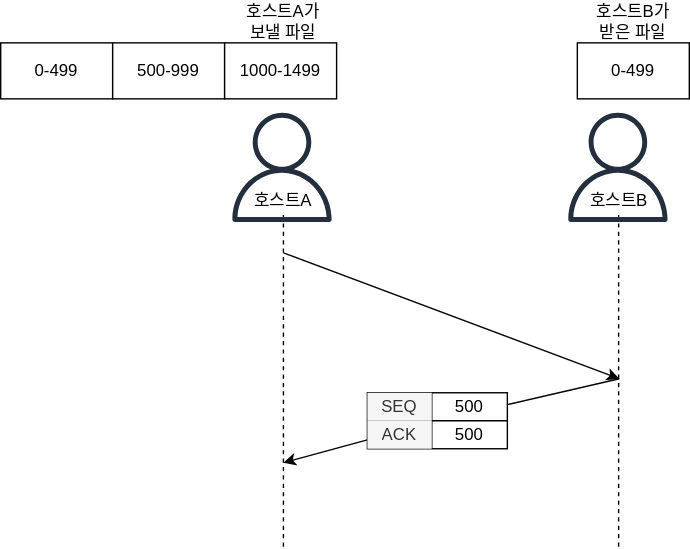
The draw.io diagram 18/yongki/assets/ack-number.drawio.svg in cs-study-org/cs-study, before a commit. Source tidied: cells renumbered, new cells last; positions are measured from the earlier drawing's top-left corner, leaving out a move shared by most shapes. Source of this version:
```xml
<mxGraphModel>
  <root>
    <mxCell id="0" />
    <mxCell id="1" parent="0" />
    <mxCell id="2" style="endArrow=none;dashed=1;html=1;" parent="1" edge="1">
      <mxGeometry relative="1" as="geometry">
        <mxPoint x="202" y="390" as="sourcePoint" />
        <mxPoint x="202" y="150" as="targetPoint" />
      </mxGeometry>
    </mxCell>
    <mxCell id="3" style="endArrow=none;dashed=1;html=1;" parent="1" edge="1">
      <mxGeometry relative="1" as="geometry">
        <mxPoint x="441.5" y="390" as="sourcePoint" />
        <mxPoint x="441.5" y="150" as="targetPoint" />
      </mxGeometry>
    </mxCell>
    <mxCell id="4" value="0-499" style="rounded=0;whiteSpace=wrap;html=1;" parent="1" vertex="1">
      <mxGeometry y="30" width="80" height="40" as="geometry" />
    </mxCell>
    <mxCell id="5" value="500-999" style="rounded=0;whiteSpace=wrap;html=1;" parent="1" vertex="1">
      <mxGeometry x="80" y="30" width="80" height="40" as="geometry" />
    </mxCell>
    <mxCell id="6" value="호스트B가&lt;br&gt;받은 파일" style="text;html=1;strokeColor=none;fillColor=none;align=center;verticalAlign=middle;whiteSpace=wrap;rounded=0;" parent="1" vertex="1">
      <mxGeometry x="412" width="80" height="30" as="geometry" />
    </mxCell>
    <mxCell id="7" value="0-499" style="rounded=0;whiteSpace=wrap;html=1;" parent="1" vertex="1">
      <mxGeometry x="412" y="30" width="80" height="40" as="geometry" />
    </mxCell>
    <mxCell id="8" value="호스트A가&lt;br&gt;보낼 파일" style="text;html=1;strokeColor=none;fillColor=none;align=center;verticalAlign=middle;whiteSpace=wrap;rounded=0;" parent="1" vertex="1">
      <mxGeometry x="162" width="80" height="30" as="geometry" />
    </mxCell>
    <mxCell id="9" style="sketch=0;fontColor=#232F3E;gradientColor=none;fillColor=#232F3D;strokeColor=none;dashed=0;verticalLabelPosition=bottom;verticalAlign=top;align=center;html=1;fontSize=12;fontStyle=0;shape=mxgraph.aws4.user;" parent="1" vertex="1">
      <mxGeometry x="162" y="80" width="78" height="78" as="geometry" />
    </mxCell>
    <mxCell id="10" value="호스트A" style="text;html=1;strokeColor=none;fillColor=none;align=center;verticalAlign=middle;whiteSpace=wrap;rounded=0;" parent="1" vertex="1">
      <mxGeometry x="162" y="128" width="80" height="30" as="geometry" />
    </mxCell>
    <mxCell id="11" style="sketch=0;fontColor=#232F3E;gradientColor=none;fillColor=#232F3D;strokeColor=none;dashed=0;verticalLabelPosition=bottom;verticalAlign=top;align=center;html=1;fontSize=12;fontStyle=0;shape=mxgraph.aws4.user;" parent="1" vertex="1">
      <mxGeometry x="402" y="80" width="78" height="78" as="geometry" />
    </mxCell>
    <mxCell id="12" value="호스트B" style="text;html=1;strokeColor=none;fillColor=none;align=center;verticalAlign=middle;whiteSpace=wrap;rounded=0;" parent="1" vertex="1">
      <mxGeometry x="402" y="128" width="80" height="30" as="geometry" />
    </mxCell>
    <mxCell id="13" style="endArrow=classic;html=1;" parent="1" edge="1">
      <mxGeometry relative="1" as="geometry">
        <mxPoint x="202" y="180" as="sourcePoint" />
        <mxPoint x="442" y="270" as="targetPoint" />
      </mxGeometry>
    </mxCell>
    <mxCell id="14" style="endArrow=classic;html=1;startArrow=none;" parent="1" edge="1" source="16">
      <mxGeometry relative="1" as="geometry">
        <mxPoint x="202" y="330" as="targetPoint" />
      </mxGeometry>
    </mxCell>
    <mxCell id="15" value="1000-1499" style="rounded=0;whiteSpace=wrap;html=1;" parent="1" vertex="1">
      <mxGeometry x="160" y="30" width="80" height="40" as="geometry" />
    </mxCell>
    <mxCell id="16" style="shape=table;startSize=0;" parent="1" vertex="1">
      <mxGeometry x="262" y="280" width="100" height="40" as="geometry" />
    </mxCell>
    <mxCell id="17" style="shape=partialRectangle;fillColor=none;top=0;left=0;bottom=0;right=0;" parent="16" vertex="1">
      <mxGeometry width="100" height="20" as="geometry" />
    </mxCell>
    <mxCell id="18" value="SEQ" style="shape=partialRectangle;html=1;whiteSpace=wrap;overflow=hidden;fillColor=#f5f5f5;top=0;left=0;bottom=0;right=0;fontColor=#333333;strokeColor=#666666;" parent="17" vertex="1">
      <mxGeometry width="46" height="20" as="geometry" />
    </mxCell>
    <mxCell id="19" value="500" style="shape=partialRectangle;html=1;whiteSpace=wrap;overflow=hidden;fillColor=none;top=0;left=0;bottom=0;right=0;" parent="17" vertex="1">
      <mxGeometry x="46" width="54" height="20" as="geometry" />
    </mxCell>
    <mxCell id="20" style="shape=partialRectangle;fillColor=none;top=0;left=0;bottom=0;right=0;" parent="16" vertex="1">
      <mxGeometry y="20" width="100" height="20" as="geometry" />
    </mxCell>
    <mxCell id="21" value="ACK" style="shape=partialRectangle;html=1;whiteSpace=wrap;overflow=hidden;fillColor=#f5f5f5;top=0;left=0;bottom=0;right=0;fontColor=#333333;strokeColor=#666666;" parent="20" vertex="1">
      <mxGeometry width="46" height="20" as="geometry" />
    </mxCell>
    <mxCell id="22" value="500" style="shape=partialRectangle;html=1;whiteSpace=wrap;overflow=hidden;fillColor=none;top=0;left=0;bottom=0;right=0;" parent="20" vertex="1">
      <mxGeometry x="46" width="54" height="20" as="geometry" />
    </mxCell>
    <mxCell id="23" style="endArrow=none;html=1;" parent="1" edge="1" target="16">
      <mxGeometry relative="1" as="geometry">
        <mxPoint x="442" y="270" as="sourcePoint" />
      </mxGeometry>
    </mxCell>
  </root>
</mxGraphModel>
```
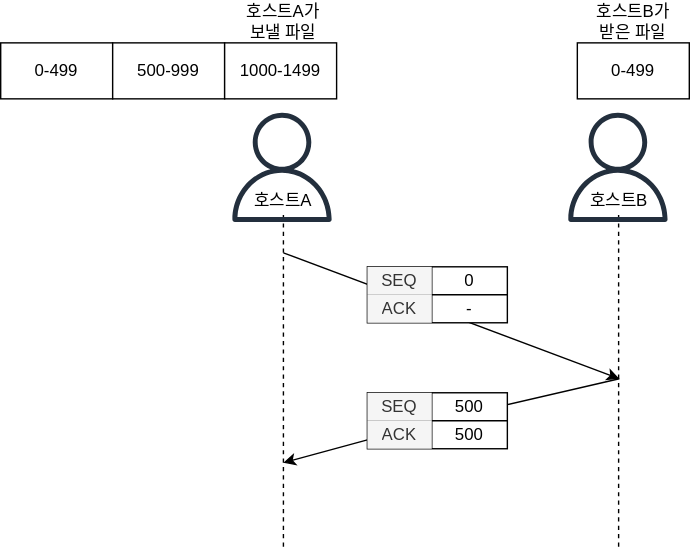
The same file after the commit.

Change to the diagram source:
```diff
@@ -81,5 +81,26 @@
         <mxPoint x="442" y="270" as="sourcePoint" />
       </mxGeometry>
     </mxCell>
+    <mxCell id="24" style="shape=table;startSize=0;" parent="1" vertex="1">
+      <mxGeometry x="262" y="190" width="100" height="40" as="geometry" />
+    </mxCell>
+    <mxCell id="25" style="shape=partialRectangle;fillColor=none;top=0;left=0;bottom=0;right=0;" parent="24" vertex="1">
+      <mxGeometry width="100" height="20" as="geometry" />
+    </mxCell>
+    <mxCell id="26" value="SEQ" style="shape=partialRectangle;html=1;whiteSpace=wrap;overflow=hidden;fillColor=#f5f5f5;top=0;left=0;bottom=0;right=0;fontColor=#333333;strokeColor=#666666;" parent="25" vertex="1">
+      <mxGeometry width="46" height="20" as="geometry" />
+    </mxCell>
+    <mxCell id="27" value="0" style="shape=partialRectangle;html=1;whiteSpace=wrap;overflow=hidden;fillColor=none;top=0;left=0;bottom=0;right=0;" parent="25" vertex="1">
+      <mxGeometry x="46" width="54" height="20" as="geometry" />
+    </mxCell>
+    <mxCell id="28" style="shape=partialRectangle;fillColor=none;top=0;left=0;bottom=0;right=0;" parent="24" vertex="1">
+      <mxGeometry y="20" width="100" height="20" as="geometry" />
+    </mxCell>
+    <mxCell id="29" value="ACK" style="shape=partialRectangle;html=1;whiteSpace=wrap;overflow=hidden;fillColor=#f5f5f5;top=0;left=0;bottom=0;right=0;fontColor=#333333;strokeColor=#666666;" parent="28" vertex="1">
+      <mxGeometry width="46" height="20" as="geometry" />
+    </mxCell>
+    <mxCell id="30" value="-" style="shape=partialRectangle;html=1;whiteSpace=wrap;overflow=hidden;fillColor=none;top=0;left=0;bottom=0;right=0;" parent="28" vertex="1">
+      <mxGeometry x="46" width="54" height="20" as="geometry" />
+    </mxCell>
   </root>
 </mxGraphModel>
```
